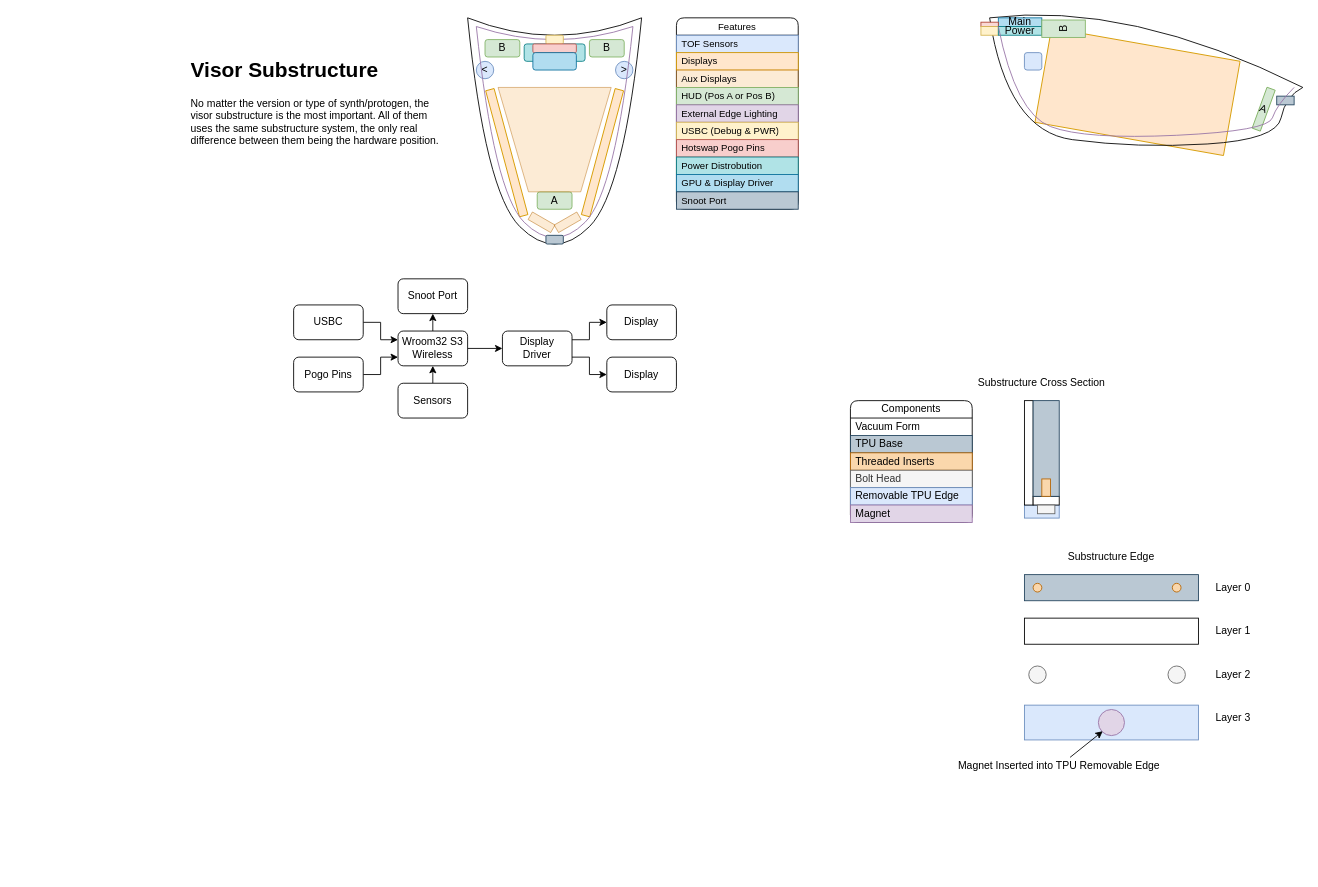
This is page "Substructure" (3 of 4) of Documents/Condensed.drawio from Cyberspecies/Synth-Head, a draw.io file, before an edit. Source tidied: cells renumbered, new cells numbered last; positions are measured from the earlier drawing's top-left corner, leaving out a move shared by most shapes. Both pictures are drawn from the tidied source at 87%, with x=0, y=0 at pixel (189, 0).
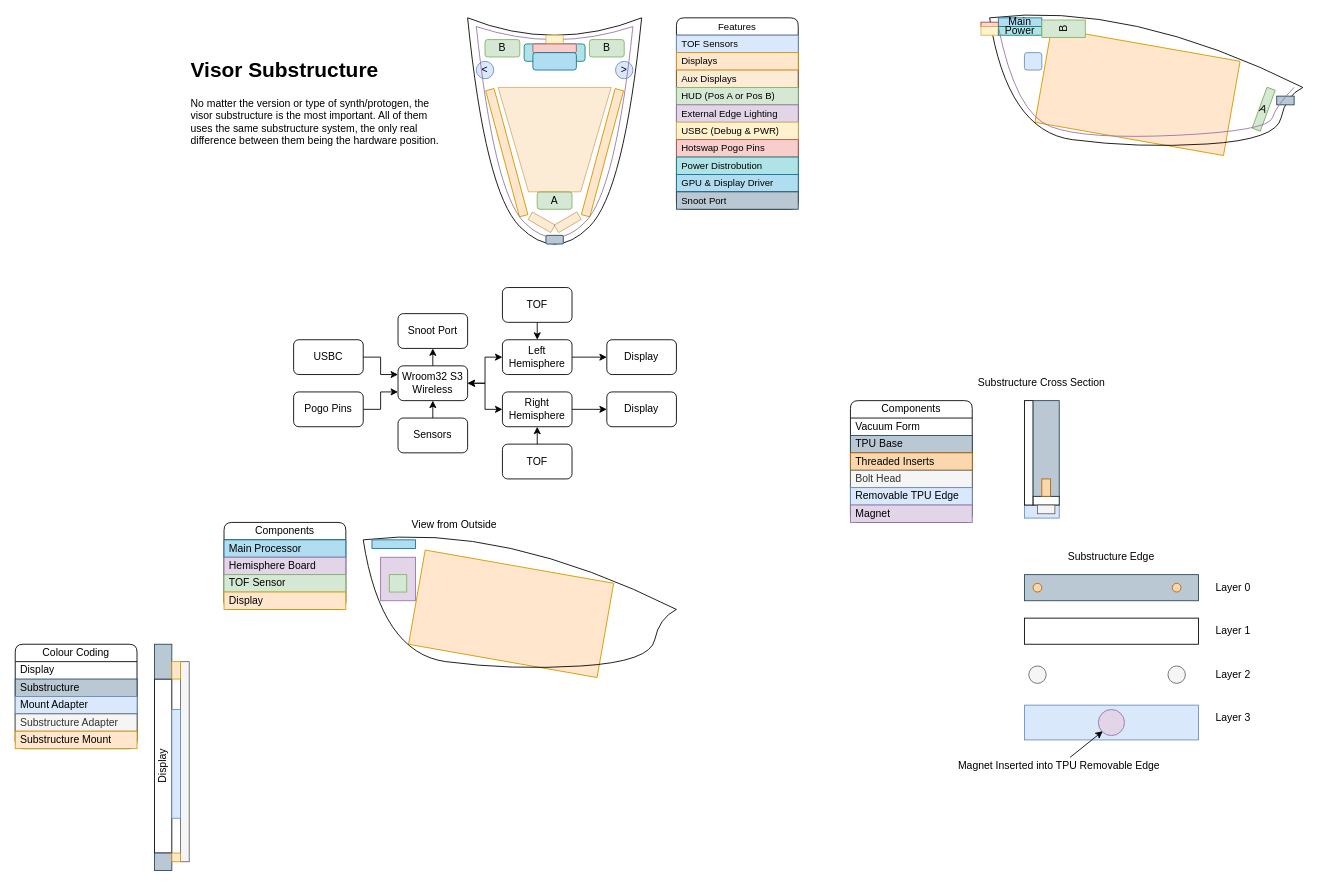
The same diagram, later.

Commit message:
Added Hemisphere Boards

The edit, as a diff of the source:
```diff
@@
-    <mxCell id="35" style="edgeStyle=orthogonalEdgeStyle;rounded=0;jettySize=auto;html=1;exitX=1;exitY=0.5;exitDx=0;exitDy=0;entryX=0;entryY=0.5;entryDx=0;entryDy=0;" parent="1" edge="1" source="37" target="46">
+    <mxCell id="35" style="edgeStyle=orthogonalEdgeStyle;rounded=0;jettySize=auto;html=1;exitX=1;exitY=0.5;exitDx=0;exitDy=0;entryX=0;entryY=0.5;entryDx=0;entryDy=0;startArrow=classic;startFill=1;" parent="1" edge="1" source="37" target="46">
       <mxGeometry relative="1" as="geometry" />
     </mxCell>
@@
+    <mxCell id="89" style="edgeStyle=orthogonalEdgeStyle;rounded=0;jettySize=auto;html=1;exitX=1;exitY=0.5;exitDx=0;exitDy=0;entryX=0;entryY=0.5;entryDx=0;entryDy=0;startArrow=classic;startFill=1;" parent="1" edge="1" source="37" target="104">
+      <mxGeometry relative="1" as="geometry" />
+    </mxCell>
     <mxCell id="37" value="Wroom32 S3&lt;div&gt;Wireless&lt;/div&gt;" style="rounded=1;whiteSpace=wrap;html=1;" parent="1" vertex="1">
-      <mxGeometry x="240" y="380" width="80" height="40" as="geometry" />
+      <mxGeometry x="240" y="420" width="80" height="40" as="geometry" />
     </mxCell>
@@
     <mxCell id="39" value="Sensors" style="rounded=1;whiteSpace=wrap;html=1;" parent="1" vertex="1">
-      <mxGeometry x="240" y="440" width="80" height="40" as="geometry" />
+      <mxGeometry x="240" y="480" width="80" height="40" as="geometry" />
     </mxCell>
@@
     <mxCell id="41" value="USBC" style="rounded=1;whiteSpace=wrap;html=1;" parent="1" vertex="1">
-      <mxGeometry x="120" y="350" width="80" height="40" as="geometry" />
+      <mxGeometry x="120" y="390" width="80" height="40" as="geometry" />
     </mxCell>
@@
     <mxCell id="43" value="Pogo Pins" style="rounded=1;whiteSpace=wrap;html=1;" parent="1" vertex="1">
-      <mxGeometry x="120" y="410" width="80" height="40" as="geometry" />
+      <mxGeometry x="120" y="450" width="80" height="40" as="geometry" />
     </mxCell>
-    <mxCell id="44" style="edgeStyle=orthogonalEdgeStyle;rounded=0;jettySize=auto;html=1;exitX=1;exitY=0.25;exitDx=0;exitDy=0;entryX=0;entryY=0.5;entryDx=0;entryDy=0;" parent="1" edge="1" source="46" target="47">
+    <mxCell id="44" style="edgeStyle=orthogonalEdgeStyle;rounded=0;jettySize=auto;html=1;exitX=1;exitY=0.5;exitDx=0;exitDy=0;entryX=0;entryY=0.5;entryDx=0;entryDy=0;" parent="1" edge="1" source="46" target="47">
       <mxGeometry relative="1" as="geometry" />
     </mxCell>
-    <mxCell id="45" style="edgeStyle=orthogonalEdgeStyle;rounded=0;jettySize=auto;html=1;exitX=1;exitY=0.75;exitDx=0;exitDy=0;entryX=0;entryY=0.5;entryDx=0;entryDy=0;" parent="1" edge="1" source="46" target="48">
-      <mxGeometry relative="1" as="geometry" />
-    </mxCell>
-    <mxCell id="46" value="Display&lt;div&gt;Driver&lt;/div&gt;" style="rounded=1;whiteSpace=wrap;html=1;" parent="1" vertex="1">
-      <mxGeometry x="360" y="380" width="80" height="40" as="geometry" />
+    <mxCell id="46" value="Left Hemisphere" style="rounded=1;whiteSpace=wrap;html=1;" parent="1" vertex="1">
+      <mxGeometry x="360" y="390" width="80" height="40" as="geometry" />
     </mxCell>
     <mxCell id="47" value="Display" style="rounded=1;whiteSpace=wrap;html=1;" parent="1" vertex="1">
-      <mxGeometry x="480" y="350" width="80" height="40" as="geometry" />
+      <mxGeometry x="480" y="390" width="80" height="40" as="geometry" />
     </mxCell>
     <mxCell id="48" value="Display" style="rounded=1;whiteSpace=wrap;html=1;" parent="1" vertex="1">
-      <mxGeometry x="480" y="410" width="80" height="40" as="geometry" />
+      <mxGeometry x="480" y="450" width="80" height="40" as="geometry" />
     </mxCell>
     <mxCell id="49" value="Snoot Port" style="rounded=1;whiteSpace=wrap;html=1;" parent="1" vertex="1">
-      <mxGeometry x="240" y="320" width="80" height="40" as="geometry" />
+      <mxGeometry x="240" y="360" width="80" height="40" as="geometry" />
     </mxCell>
@@
+    <mxCell id="90" value="Display" style="rounded=0;whiteSpace=wrap;html=1;horizontal=0;" parent="1" vertex="1">
+      <mxGeometry x="-40" y="780" width="20" height="200" as="geometry" />
+    </mxCell>
+    <mxCell id="91" style="rounded=0;whiteSpace=wrap;html=1;fillColor=#f5f5f5;strokeColor=#666666;fontColor=#333333;" parent="1" vertex="1">
+      <mxGeometry x="-10" y="760" width="10" height="230" as="geometry" />
+    </mxCell>
+    <mxCell id="92" style="rounded=0;whiteSpace=wrap;html=1;fillColor=#bac8d3;strokeColor=#23445d;" parent="1" vertex="1">
+      <mxGeometry x="-40" y="740" width="20" height="40" as="geometry" />
+    </mxCell>
+    <mxCell id="93" style="rounded=0;whiteSpace=wrap;html=1;fillColor=#bac8d3;strokeColor=#23445d;" parent="1" vertex="1">
+      <mxGeometry x="-40" y="980" width="20" height="20" as="geometry" />
+    </mxCell>
+    <mxCell id="94" value="Colour Coding" style="swimlane;fontStyle=0;horizontal=1;startSize=20;whiteSpace=wrap;html=1;rounded=1;" parent="1" vertex="1">
+      <mxGeometry x="-200" y="740" width="140" height="120" as="geometry" />
+    </mxCell>
+    <mxCell id="95" value="Display" style="text;align=left;verticalAlign=middle;spacingLeft=4;spacingRight=4;overflow=hidden;whiteSpace=wrap;html=1;" parent="94" vertex="1">
+      <mxGeometry y="20" width="140" height="20" as="geometry" />
+    </mxCell>
+    <mxCell id="96" value="Substructure" style="text;strokeColor=#23445d;fillColor=#bac8d3;align=left;verticalAlign=middle;spacingLeft=4;spacingRight=4;overflow=hidden;whiteSpace=wrap;html=1;" parent="94" vertex="1">
+      <mxGeometry y="40" width="140" height="20" as="geometry" />
+    </mxCell>
+    <mxCell id="97" value="Mount Adapter" style="text;strokeColor=#6c8ebf;fillColor=#dae8fc;align=left;verticalAlign=middle;spacingLeft=4;spacingRight=4;overflow=hidden;whiteSpace=wrap;html=1;" parent="94" vertex="1">
+      <mxGeometry y="60" width="140" height="20" as="geometry" />
+    </mxCell>
+    <mxCell id="98" value="Substructure Adapter" style="text;strokeColor=#666666;fillColor=#f5f5f5;align=left;verticalAlign=middle;spacingLeft=4;spacingRight=4;overflow=hidden;whiteSpace=wrap;html=1;fontColor=#333333;" parent="94" vertex="1">
+      <mxGeometry y="80" width="140" height="20" as="geometry" />
+    </mxCell>
+    <mxCell id="99" value="Substructure Mount" style="text;strokeColor=#d79b00;fillColor=#ffe6cc;align=left;verticalAlign=middle;spacingLeft=4;spacingRight=4;overflow=hidden;whiteSpace=wrap;html=1;" parent="94" vertex="1">
+      <mxGeometry y="100" width="140" height="20" as="geometry" />
+    </mxCell>
+    <mxCell id="100" style="rounded=0;whiteSpace=wrap;html=1;fillColor=#dae8fc;strokeColor=#6c8ebf;" parent="1" vertex="1">
+      <mxGeometry x="-20" y="815" width="10" height="125" as="geometry" />
+    </mxCell>
+    <mxCell id="101" style="rounded=0;whiteSpace=wrap;html=1;fillColor=#ffe6cc;strokeColor=#d79b00;" parent="1" vertex="1">
+      <mxGeometry x="-20" y="980" width="10" height="10" as="geometry" />
+    </mxCell>
+    <mxCell id="102" style="rounded=0;whiteSpace=wrap;html=1;fillColor=#ffe6cc;strokeColor=#d79b00;" parent="1" vertex="1">
+      <mxGeometry x="-20" y="760" width="10" height="20" as="geometry" />
+    </mxCell>
+    <mxCell id="103" style="edgeStyle=orthogonalEdgeStyle;rounded=0;jettySize=auto;html=1;exitX=1;exitY=0.5;exitDx=0;exitDy=0;entryX=0;entryY=0.5;entryDx=0;entryDy=0;" parent="1" edge="1" source="104" target="48">
+      <mxGeometry relative="1" as="geometry" />
+    </mxCell>
+    <mxCell id="104" value="Right Hemisphere" style="rounded=1;whiteSpace=wrap;html=1;" parent="1" vertex="1">
+      <mxGeometry x="360" y="450" width="80" height="40" as="geometry" />
+    </mxCell>
+    <mxCell id="105" style="edgeStyle=orthogonalEdgeStyle;rounded=0;jettySize=auto;html=1;exitX=0.5;exitY=1;exitDx=0;exitDy=0;entryX=0.5;entryY=0;entryDx=0;entryDy=0;" parent="1" edge="1" source="106" target="46">
+      <mxGeometry relative="1" as="geometry" />
+    </mxCell>
+    <mxCell id="106" value="TOF" style="rounded=1;whiteSpace=wrap;html=1;" parent="1" vertex="1">
+      <mxGeometry x="360" y="330" width="80" height="40" as="geometry" />
+    </mxCell>
+    <mxCell id="107" style="edgeStyle=orthogonalEdgeStyle;rounded=0;jettySize=auto;html=1;exitX=0.5;exitY=0;exitDx=0;exitDy=0;entryX=0.5;entryY=1;entryDx=0;entryDy=0;" parent="1" edge="1" source="108" target="104">
+      <mxGeometry relative="1" as="geometry" />
+    </mxCell>
+    <mxCell id="108" value="TOF" style="rounded=1;whiteSpace=wrap;html=1;" parent="1" vertex="1">
+      <mxGeometry x="360" y="510" width="80" height="40" as="geometry" />
+    </mxCell>
+    <mxCell id="109" style="rounded=0;whiteSpace=wrap;html=1;rotation=10;fillColor=#ffe6cc;strokeColor=#d79b00;" parent="1" vertex="1">
+      <mxGeometry x="260" y="650" width="220" height="110" as="geometry" />
+    </mxCell>
+    <mxCell id="110" style="endArrow=none;html=1;rounded=0;curved=1;" parent="1" edge="1">
+      <mxGeometry relative="1" as="geometry">
+        <mxPoint x="200" y="620" as="sourcePoint" />
+        <mxPoint x="560" y="700" as="targetPoint" />
+        <Array as="points">
+          <mxPoint x="220" y="750" />
+          <mxPoint x="370" y="770" />
+          <mxPoint x="530" y="760" />
+          <mxPoint x="540" y="710" />
+        </Array>
+      </mxGeometry>
+    </mxCell>
+    <mxCell id="111" style="endArrow=none;html=1;rounded=0;curved=1;" parent="1" edge="1">
+      <mxGeometry relative="1" as="geometry">
+        <mxPoint x="200" y="620" as="sourcePoint" />
+        <mxPoint x="560" y="700" as="targetPoint" />
+        <Array as="points">
+          <mxPoint x="360" y="600" />
+        </Array>
+      </mxGeometry>
+    </mxCell>
+    <mxCell id="112" style="rounded=0;whiteSpace=wrap;html=1;fillColor=#b1ddf0;strokeColor=#10739e;" parent="1" vertex="1">
+      <mxGeometry x="210" y="620" width="50" height="10" as="geometry" />
+    </mxCell>
+    <mxCell id="113" style="rounded=0;whiteSpace=wrap;html=1;fillColor=#e1d5e7;strokeColor=#9673a6;" parent="1" vertex="1">
+      <mxGeometry x="220" y="640" width="40" height="50" as="geometry" />
+    </mxCell>
+    <mxCell id="114" value="Components" style="swimlane;fontStyle=0;horizontal=1;startSize=20;whiteSpace=wrap;html=1;rounded=1;" parent="1" vertex="1">
+      <mxGeometry x="40" y="600" width="140" height="100" as="geometry" />
+    </mxCell>
+    <mxCell id="115" value="Main Processor" style="text;strokeColor=#10739e;fillColor=#b1ddf0;align=left;verticalAlign=middle;spacingLeft=4;spacingRight=4;overflow=hidden;whiteSpace=wrap;html=1;" parent="114" vertex="1">
+      <mxGeometry y="20" width="140" height="20" as="geometry" />
+    </mxCell>
+    <mxCell id="116" value="Hemisphere Board" style="text;strokeColor=#9673a6;fillColor=#e1d5e7;align=left;verticalAlign=middle;spacingLeft=4;spacingRight=4;overflow=hidden;whiteSpace=wrap;html=1;" parent="114" vertex="1">
+      <mxGeometry y="40" width="140" height="20" as="geometry" />
+    </mxCell>
+    <mxCell id="117" value="TOF Sensor" style="text;strokeColor=#82b366;fillColor=#d5e8d4;align=left;verticalAlign=middle;spacingLeft=4;spacingRight=4;overflow=hidden;whiteSpace=wrap;html=1;" parent="114" vertex="1">
+      <mxGeometry y="60" width="140" height="20" as="geometry" />
+    </mxCell>
+    <mxCell id="118" value="Display" style="text;strokeColor=#d79b00;fillColor=#ffe6cc;align=left;verticalAlign=middle;spacingLeft=4;spacingRight=4;overflow=hidden;whiteSpace=wrap;html=1;" parent="114" vertex="1">
+      <mxGeometry y="80" width="140" height="20" as="geometry" />
+    </mxCell>
+    <mxCell id="119" value="View from Outside" style="text;html=1;align=center;verticalAlign=middle;whiteSpace=wrap;rounded=0;" parent="1" vertex="1">
+      <mxGeometry x="250" y="595" width="110" height="15" as="geometry" />
+    </mxCell>
+    <mxCell id="120" style="rounded=0;whiteSpace=wrap;html=1;fillColor=#d5e8d4;strokeColor=#82b366;" parent="1" vertex="1">
+      <mxGeometry x="230" y="660" width="20" height="20" as="geometry" />
+    </mxCell>
```
